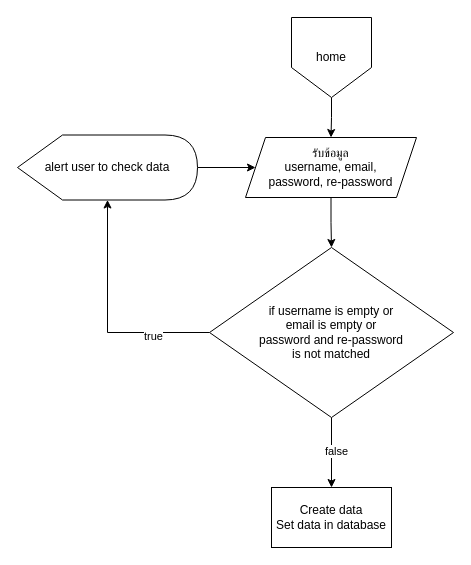
This is page "register" (2 of 2) of diagrams/program.drawio from University-Bangkok-JW/cs497-project, a draw.io file, before an edit. Source tidied: cells renumbered, new cells numbered last; positions are measured from the earlier drawing's top-left corner, leaving out a move shared by most shapes. Both pictures are drawn from the tidied source at 100%, with x=0, y=0 at pixel (17, 17).
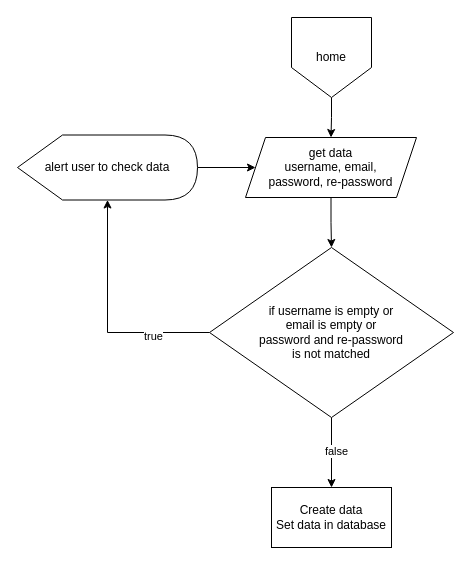
After the change.

Commit message:
Change thai --> eng

Diff of the diagram source:
```diff
@@
 <mxGraphModel>
   <root>
     <mxCell id="0" />
     <mxCell id="1" parent="0" />
     <mxCell id="2" style="edgeStyle=orthogonalEdgeStyle;rounded=0;jettySize=auto;html=1;" parent="1" edge="1" source="3" target="5">
       <mxGeometry relative="1" as="geometry" />
     </mxCell>
     <mxCell id="3" value="home" style="shape=offPageConnector;whiteSpace=wrap;html=1;" parent="1" vertex="1">
       <mxGeometry x="274" width="80" height="80" as="geometry" />
     </mxCell>
     <mxCell id="4" style="edgeStyle=orthogonalEdgeStyle;rounded=0;jettySize=auto;html=1;" parent="1" edge="1" source="5" target="11">
       <mxGeometry relative="1" as="geometry" />
     </mxCell>
-    <mxCell id="5" value="รับข้อมูล&lt;div&gt;username, email,&lt;/div&gt;&lt;div&gt;&lt;span style=&quot;background-color: initial;&quot;&gt;password, re-password&lt;/span&gt;&lt;/div&gt;" style="shape=parallelogram;perimeter=parallelogramPerimeter;whiteSpace=wrap;html=1;fixedSize=1;" parent="1" vertex="1">
+    <mxCell id="5" value="get data&lt;div&gt;username, email,&lt;/div&gt;&lt;div&gt;&lt;span style=&quot;background-color: initial;&quot;&gt;password, re-password&lt;/span&gt;&lt;/div&gt;" style="shape=parallelogram;perimeter=parallelogramPerimeter;whiteSpace=wrap;html=1;fixedSize=1;" parent="1" vertex="1">
       <mxGeometry x="228" y="120" width="171" height="60" as="geometry" />
     </mxCell>
     <mxCell id="6" value="Create data&lt;div&gt;Set data in database&lt;/div&gt;" style="rounded=0;whiteSpace=wrap;html=1;" parent="1" vertex="1">
       <mxGeometry x="254" y="470" width="120" height="60" as="geometry" />
     </mxCell>
     <mxCell id="7" style="edgeStyle=orthogonalEdgeStyle;rounded=0;jettySize=auto;html=1;" parent="1" edge="1" source="11" target="13">
       <mxGeometry relative="1" as="geometry" />
     </mxCell>
     <mxCell id="8" value="true" style="edgeLabel;html=1;align=center;verticalAlign=middle;" parent="7" vertex="1">
       <mxGeometry x="-0.51" y="3" relative="1" as="geometry" />
     </mxCell>
     <mxCell id="9" style="edgeStyle=orthogonalEdgeStyle;rounded=0;jettySize=auto;html=1;" parent="1" edge="1" source="11" target="6">
       <mxGeometry relative="1" as="geometry" />
     </mxCell>
     <mxCell id="10" value="false" style="edgeLabel;html=1;align=center;verticalAlign=middle;" parent="9" vertex="1">
       <mxGeometry x="-0.06" y="4" relative="1" as="geometry" />
     </mxCell>
     <mxCell id="11" value="if username is empty or&lt;div&gt;email is empty&amp;nbsp;&lt;span style=&quot;background-color: initial;&quot;&gt;or&lt;/span&gt;&lt;/div&gt;&lt;div&gt;&lt;span style=&quot;background-color: initial;&quot;&gt;password and re-password&lt;/span&gt;&lt;/div&gt;&lt;div&gt;&lt;span style=&quot;background-color: initial;&quot;&gt;is not matched&lt;br&gt;&lt;/span&gt;&lt;/div&gt;" style="rhombus;whiteSpace=wrap;html=1;" parent="1" vertex="1">
       <mxGeometry x="192" y="230" width="244" height="170" as="geometry" />
     </mxCell>
     <mxCell id="12" style="edgeStyle=orthogonalEdgeStyle;rounded=0;jettySize=auto;html=1;" parent="1" edge="1" source="13" target="5">
       <mxGeometry relative="1" as="geometry" />
     </mxCell>
     <mxCell id="13" value="alert user to check data" style="shape=display;whiteSpace=wrap;html=1;" parent="1" vertex="1">
       <mxGeometry y="117.5" width="180" height="65" as="geometry" />
     </mxCell>
   </root>
 </mxGraphModel>
```
